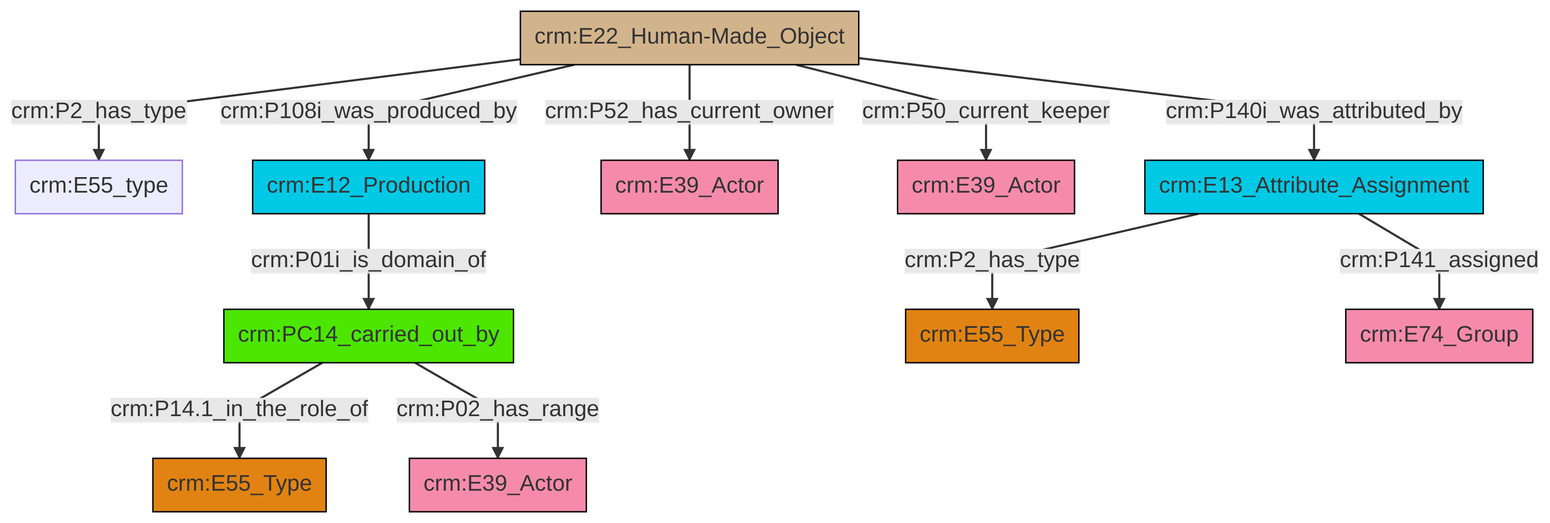
The Mermaid diagram et/artworkCSV/ttl/mmd/png/Artwork_Actor_Relations.png in swiss-art-research-net/docs.swissartresearch, before a commit. Its source is kept beside it as et/artworkCSV/ttl/mmd/Artwork_Actor_Relations.ttl.mmd.
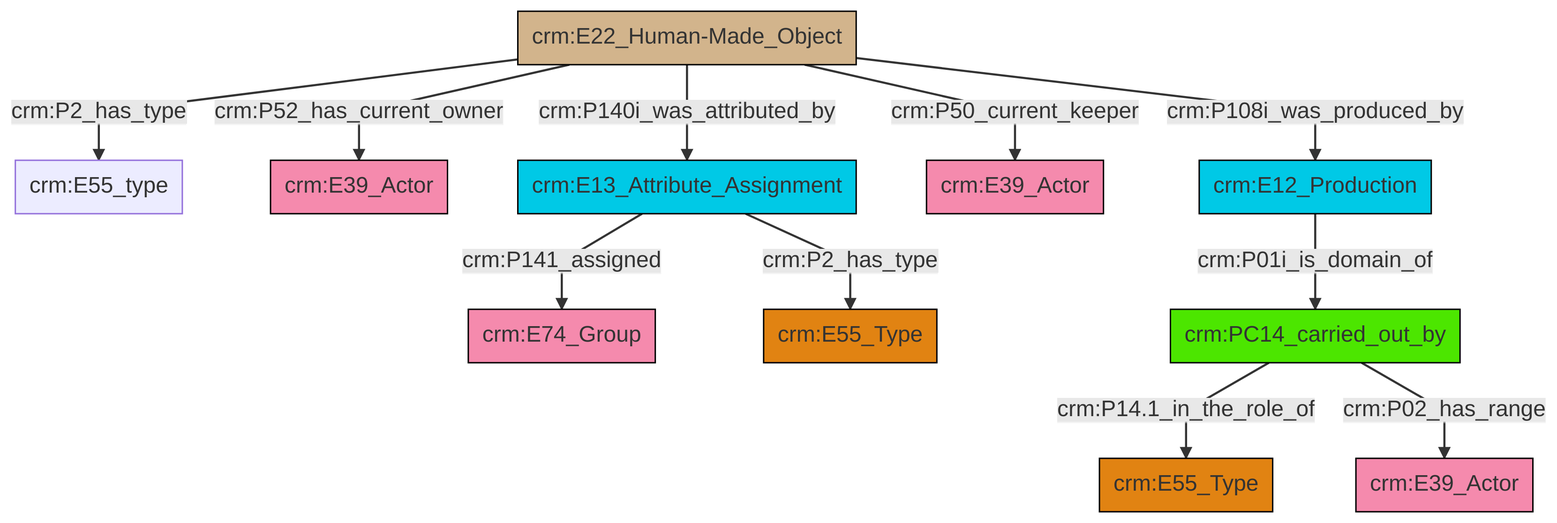
After the commit.

The edit, as a diff of the source:
```diff
@@ -13,13 +13,13 @@
 classDef PC_Classes fill:#4ce600, stroke:#000000;
 classDef Multi fill:#cccccc,stroke:#000000;
 
-4["crm:E22_Human-Made_Object"]:::Physical_Thing -->|crm:P2_has_type| 5["crm:E55_type"]:::Default
-10["crm:PC14_carried_out_by"]:::PC_Classes -->|crm:P14.1_in_the_role_of| 11["crm:E55_Type"]:::Type
-6["crm:E13_Attribute_Assignment"]:::Temporal_Entity -->|crm:P2_has_type| 12["crm:E55_Type"]:::Type
-15["crm:E12_Production"]:::Temporal_Entity -->|crm:P01i_is_domain_of| 10["crm:PC14_carried_out_by"]:::PC_Classes
-4["crm:E22_Human-Made_Object"]:::Physical_Thing -->|crm:P108i_was_produced_by| 15["crm:E12_Production"]:::Temporal_Entity
-4["crm:E22_Human-Made_Object"]:::Physical_Thing -->|crm:P52_has_current_owner| 2["crm:E39_Actor"]:::Actor
-4["crm:E22_Human-Made_Object"]:::Physical_Thing -->|crm:P50_current_keeper| 0["crm:E39_Actor"]:::Actor
-10["crm:PC14_carried_out_by"]:::PC_Classes -->|crm:P02_has_range| 19["crm:E39_Actor"]:::Actor
-6["crm:E13_Attribute_Assignment"]:::Temporal_Entity -->|crm:P141_assigned| 8["crm:E74_Group"]:::Actor
-4["crm:E22_Human-Made_Object"]:::Physical_Thing -->|crm:P140i_was_attributed_by| 6["crm:E13_Attribute_Assignment"]:::Temporal_Entity
+2["crm:E22_Human-Made_Object"]:::Physical_Thing -->|crm:P2_has_type| 3["crm:E55_type"]:::Default
+2["crm:E22_Human-Made_Object"]:::Physical_Thing -->|crm:P52_has_current_owner| 4["crm:E39_Actor"]:::Actor
+5["crm:E13_Attribute_Assignment"]:::Temporal_Entity -->|crm:P141_assigned| 6["crm:E74_Group"]:::Actor
+2["crm:E22_Human-Made_Object"]:::Physical_Thing -->|crm:P140i_was_attributed_by| 5["crm:E13_Attribute_Assignment"]:::Temporal_Entity
+0["crm:E12_Production"]:::Temporal_Entity -->|crm:P01i_is_domain_of| 13["crm:PC14_carried_out_by"]:::PC_Classes
+13["crm:PC14_carried_out_by"]:::PC_Classes -->|crm:P14.1_in_the_role_of| 18["crm:E55_Type"]:::Type
+2["crm:E22_Human-Made_Object"]:::Physical_Thing -->|crm:P50_current_keeper| 7["crm:E39_Actor"]:::Actor
+2["crm:E22_Human-Made_Object"]:::Physical_Thing -->|crm:P108i_was_produced_by| 0["crm:E12_Production"]:::Temporal_Entity
+13["crm:PC14_carried_out_by"]:::PC_Classes -->|crm:P02_has_range| 9["crm:E39_Actor"]:::Actor
+5["crm:E13_Attribute_Assignment"]:::Temporal_Entity -->|crm:P2_has_type| 16["crm:E55_Type"]:::Type
```
